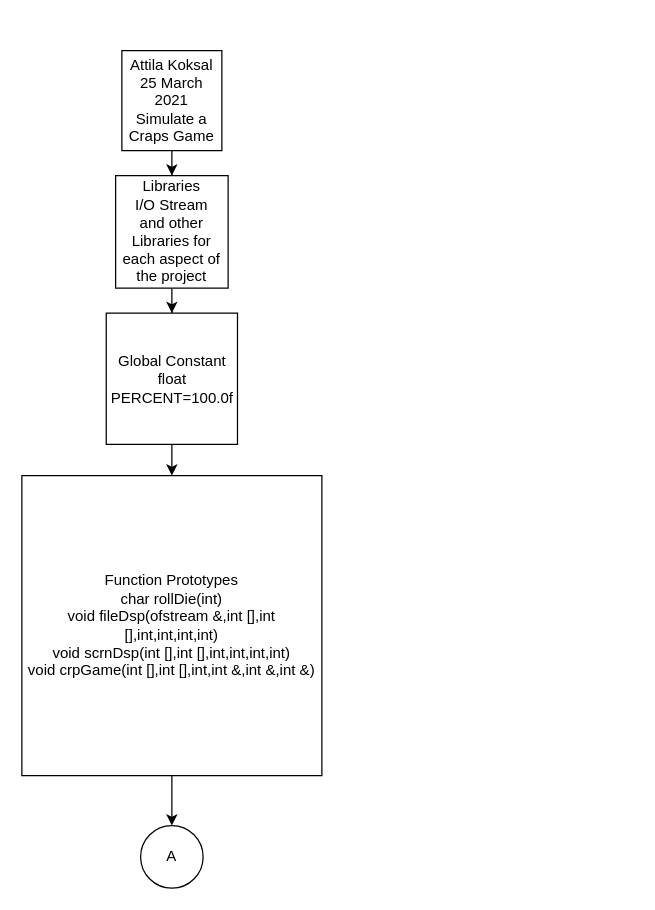
Earlier version of the draw.io diagram Lab/CrapsFlowchart.drawio (ak2798094/KoksalAttila_CIS17A_43396). Source tidied: cells renumbered, new cells numbered last; positions are measured from the earlier drawing's top-left corner, leaving out a move shared by most shapes. Both pictures are drawn from the tidied source at 125%, with x=0, y=0 at pixel (21, 50).
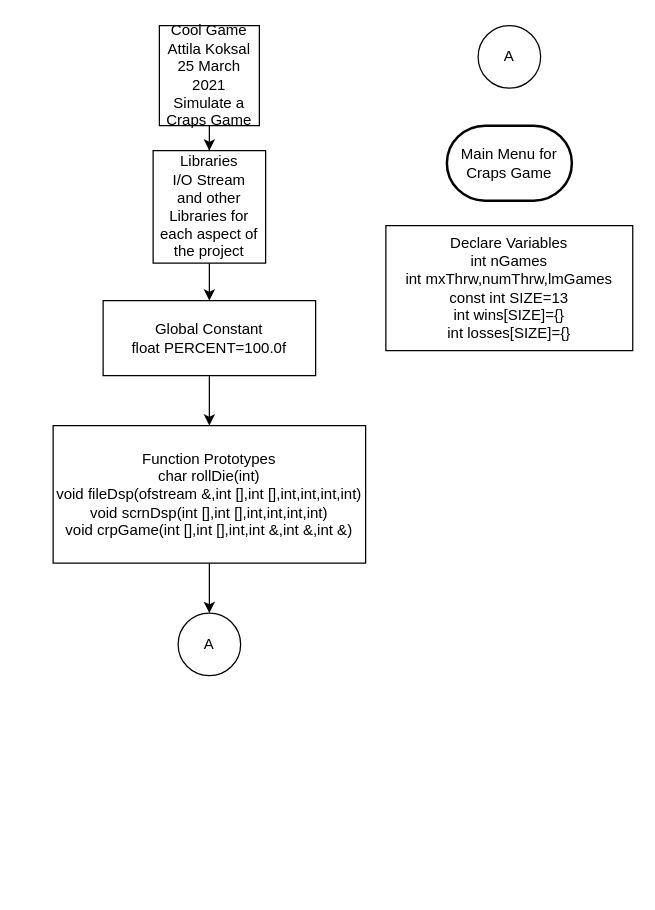
After the change.

Commit message:
Signed-off-by: ak2798094 <akoksal@student.rccd.edu>

The edit, as a diff of the source:
```diff
@@
 <mxGraphModel>
   <root>
     <mxCell id="0" />
     <mxCell id="1" parent="0" />
-    <mxCell id="2" style="edgeStyle=orthogonalEdgeStyle;rounded=0;jettySize=auto;html=1;" parent="1" edge="1" source="3" target="5">
-      <mxGeometry relative="1" as="geometry" />
-    </mxCell>
+    <mxCell id="11" value="A" style="ellipse;whiteSpace=wrap;html=1;" parent="1" vertex="1">
+      <mxGeometry x="365" y="-20" width="50" height="50" as="geometry" />
+    </mxCell>
+    <mxCell id="12" value="Main Menu for Craps Game" style="strokeWidth=2;html=1;shape=mxgraph.flowchart.terminator;whiteSpace=wrap;" parent="1" vertex="1">
+      <mxGeometry x="340" y="60" width="100" height="60" as="geometry" />
+    </mxCell>
+    <mxCell id="13" value="Declare Variables&lt;br&gt;int nGames&lt;br&gt;int mxThrw,numThrw,lmGames&lt;br&gt;const int SIZE=13&lt;br&gt;int wins[SIZE]={}&lt;br&gt;int losses[SIZE]={}" style="rounded=0;whiteSpace=wrap;html=1;" parent="1" vertex="1">
+      <mxGeometry x="291.2" y="140" width="197.5" height="100" as="geometry" />
+    </mxCell>
-    <mxCell id="3" value="Attila Koksal&lt;br&gt;25 March 2021&lt;br&gt;Simulate a Craps Game" style="whiteSpace=wrap;html=1;" parent="1" vertex="1">
-      <mxGeometry x="80" width="80" height="80" as="geometry" />
+    <mxCell id="3" value="Cool Game&lt;br&gt;Attila Koksal&lt;br&gt;25 March 2021&lt;br&gt;Simulate a Craps Game" style="whiteSpace=wrap;html=1;" parent="1" vertex="1">
+      <mxGeometry x="110" y="-20" width="80" height="80" as="geometry" />
     </mxCell>
     <mxCell id="4" style="edgeStyle=orthogonalEdgeStyle;rounded=0;jettySize=auto;html=1;" parent="1" edge="1" source="5" target="7">
       <mxGeometry relative="1" as="geometry" />
     </mxCell>
     <mxCell id="5" value="Libraries&lt;br&gt;I/O Stream&lt;br&gt;and other Libraries for each aspect of the project&lt;br&gt;" style="whiteSpace=wrap;html=1;" parent="1" vertex="1">
-      <mxGeometry x="75" y="100" width="90" height="90" as="geometry" />
+      <mxGeometry x="105" y="80" width="90" height="90" as="geometry" />
     </mxCell>
+    <mxCell id="2" style="edgeStyle=orthogonalEdgeStyle;rounded=0;jettySize=auto;html=1;" parent="1" edge="1" source="3" target="5">
+      <mxGeometry x="10" y="50" as="geometry" />
+    </mxCell>
+    <mxCell id="10" value="A" style="ellipse;whiteSpace=wrap;html=1;" parent="1" vertex="1">
+      <mxGeometry x="125" y="450" width="50" height="50" as="geometry" />
+    </mxCell>
     <mxCell id="6" style="edgeStyle=orthogonalEdgeStyle;rounded=0;jettySize=auto;html=1;" parent="1" edge="1" source="7" target="9">
       <mxGeometry relative="1" as="geometry" />
     </mxCell>
-    <mxCell id="7" value="Global Constant&lt;br&gt;float PERCENT=100.0f" style="whiteSpace=wrap;html=1;" parent="1" vertex="1">
-      <mxGeometry x="67.5" y="210" width="105" height="105" as="geometry" />
+    <mxCell id="7" value="&lt;span&gt;Global Constant&lt;/span&gt;&lt;br&gt;&lt;span&gt;float PERCENT=100.0f&lt;/span&gt;" style="rounded=0;whiteSpace=wrap;html=1;" parent="1" vertex="1">
+      <mxGeometry x="65" y="200" width="170" height="60" as="geometry" />
     </mxCell>
     <mxCell id="8" style="edgeStyle=orthogonalEdgeStyle;rounded=0;jettySize=auto;html=1;" parent="1" edge="1" source="9" target="10">
       <mxGeometry relative="1" as="geometry" />
     </mxCell>
-    <mxCell id="9" value="Function Prototypes&lt;br&gt;char rollDie(int)&lt;br&gt;void fileDsp(ofstream &amp;amp;,int [],int [],int,int,int,int)&lt;br&gt;void scrnDsp(int [],int [],int,int,int,int)&lt;br&gt;void crpGame(int [],int [],int,int &amp;amp;,int &amp;amp;,int &amp;amp;)" style="whiteSpace=wrap;html=1;" parent="1" vertex="1">
-      <mxGeometry y="340" width="240" height="240" as="geometry" />
+    <mxCell id="9" value="&lt;span&gt;Function Prototypes&lt;/span&gt;&lt;br&gt;&lt;span&gt;char rollDie(int)&lt;/span&gt;&lt;br&gt;&lt;span&gt;void fileDsp(ofstream &amp;amp;,int [],int [],int,int,int,int)&lt;/span&gt;&lt;br&gt;&lt;span&gt;void scrnDsp(int [],int [],int,int,int,int)&lt;/span&gt;&lt;br&gt;&lt;span&gt;void crpGame(int [],int [],int,int &amp;amp;,int &amp;amp;,int &amp;amp;)&lt;/span&gt;" style="rounded=0;whiteSpace=wrap;html=1;" parent="1" vertex="1">
+      <mxGeometry x="25" y="300" width="250" height="110" as="geometry" />
     </mxCell>
-    <mxCell id="10" value="A" style="ellipse;whiteSpace=wrap;html=1;" parent="1" vertex="1">
-      <mxGeometry x="95" y="620" width="50" height="50" as="geometry" />
-    </mxCell>
   </root>
 </mxGraphModel>
```
